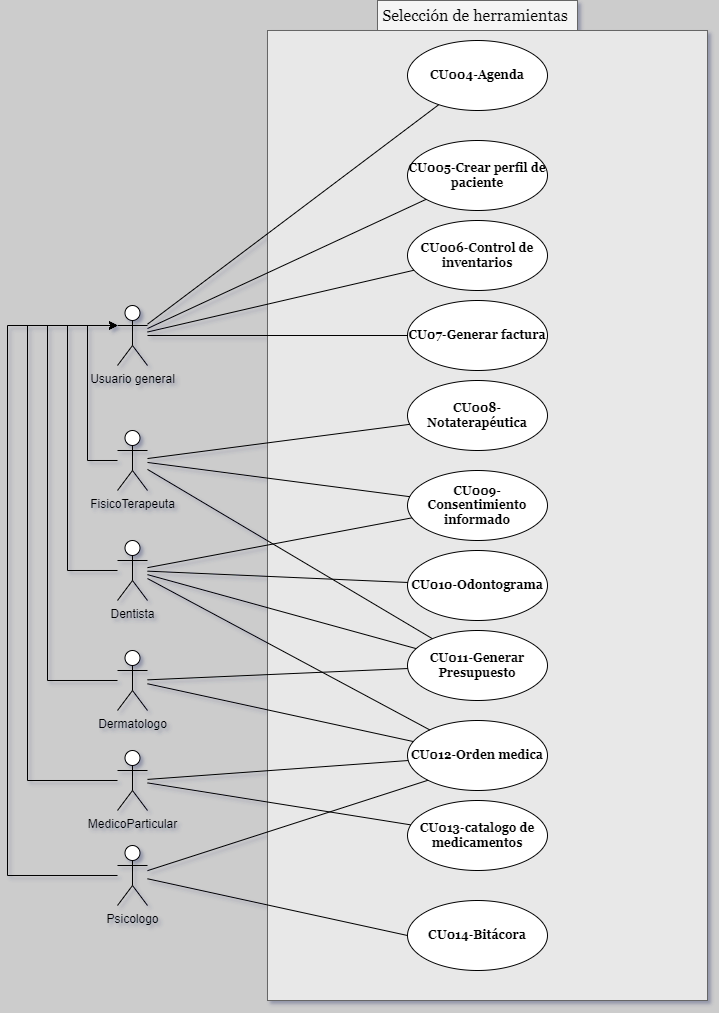
Earlier version of the draw.io export CU002_SeleccionDeHerramientas.drawio.png (CH3MOO/SpecialityX). Source tidied: cells renumbered, new cells last; positions are measured from the earlier drawing's top-left corner, leaving out a move shared by most shapes.
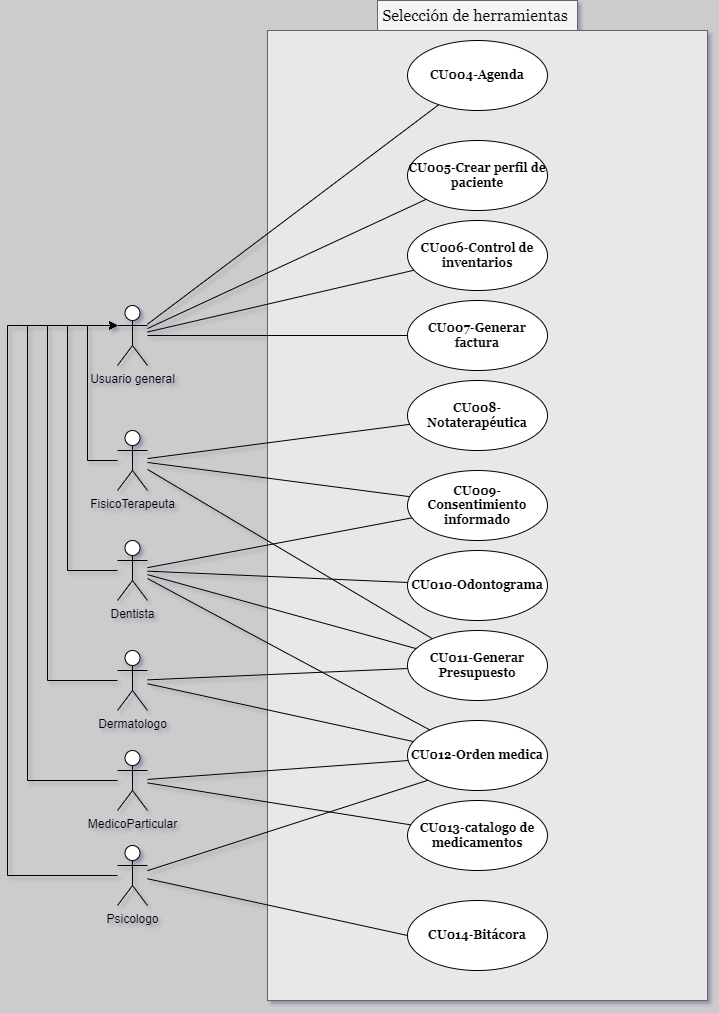
Later version of the same file.

Diff of the diagram source:
```diff
@@ -43,7 +43,7 @@
     <mxCell id="13" value="CU006-Control de inventarios" style="ellipse;whiteSpace=wrap;html=1;fontFamily=Georgia;fontStyle=1;" parent="1" vertex="1">
       <mxGeometry x="400" y="220" width="140" height="70" as="geometry" />
     </mxCell>
-    <mxCell id="14" value="CU07-Generar factura" style="ellipse;whiteSpace=wrap;html=1;fontFamily=Georgia;fontStyle=1;" parent="1" vertex="1">
+    <mxCell id="14" value="CU007-Generar factura" style="ellipse;whiteSpace=wrap;html=1;fontFamily=Georgia;fontStyle=1;" parent="1" vertex="1">
       <mxGeometry x="400" y="300" width="140" height="70" as="geometry" />
     </mxCell>
     <mxCell id="15" style="endArrow=none;html=1;rounded=0;" parent="1" edge="1" source="2" target="11">
```
